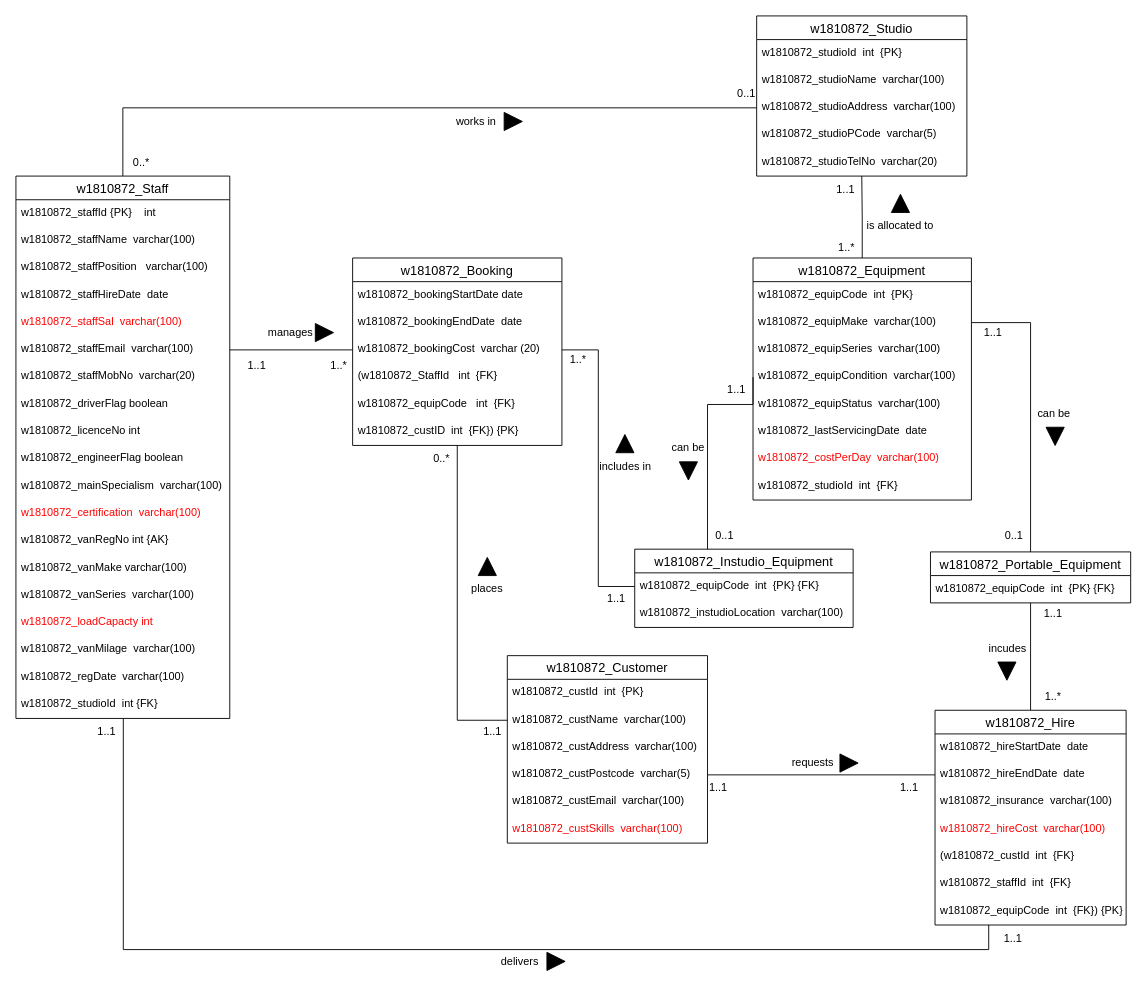
This is Part B/Part_B.drawio from ChitharaKarunasekera/DatabaseSystemsCoursework, a draw.io file, before an edit. Source tidied: cells renumbered, new cells numbered last; positions are measured from the earlier drawing's top-left corner, leaving out a move shared by most shapes. Both pictures are drawn from the tidied source at 91%, with x=0, y=0 at pixel (15, 15).
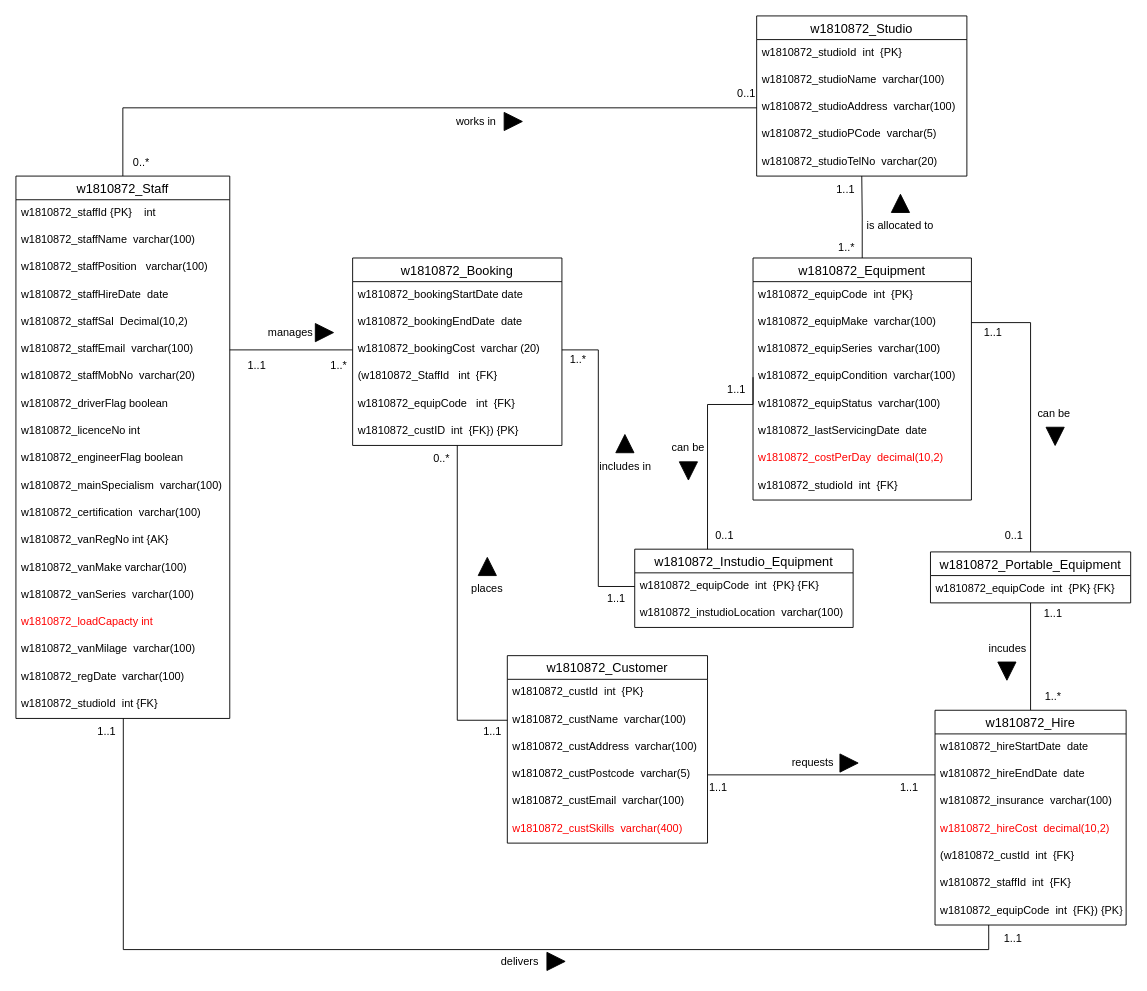
The same diagram, later.

Commit message:
changed data types

The change refers to these unchanged cells:
```xml
<mxCell id="3" value="w1810872_Staff" style="swimlane;fontStyle=0;horizontal=1;startSize=26;align=center;fontSize=14;" parent="1" vertex="1">
  <mxGeometry y="176" width="235" height="596" as="geometry" />
</mxCell>
<mxCell id="24" value="w1810872_Equipment" style="swimlane;fontStyle=0;horizontal=1;startSize=26;align=center;fontSize=14;fontColor=#000000;" parent="1" vertex="1">
  <mxGeometry x="810" y="266" width="240" height="266" as="geometry" />
</mxCell>
<mxCell id="49" value="w1810872_Customer" style="swimlane;fontStyle=0;horizontal=1;startSize=26;align=center;fontSize=14;fontColor=#000000;" parent="1" vertex="1">
  <mxGeometry x="540" y="703" width="220" height="206" as="geometry" />
</mxCell>
<mxCell id="77" value="w1810872_Hire" style="swimlane;fontStyle=0;horizontal=1;startSize=26;align=center;fontSize=14;fontColor=#000000;" parent="1" vertex="1">
  <mxGeometry x="1010" y="763" width="210" height="236" as="geometry" />
</mxCell>
```

What changed in the source:
```diff
@@
-    <mxCell id="8" value="w1810872_staffSal  varchar(100)" style="text;strokeColor=none;fillColor=none;spacingLeft=4;spacingRight=4;overflow=hidden;fontSize=12;fontColor=#FF0000;" parent="3" vertex="1">
+    <mxCell id="8" value="w1810872_staffSal  Decimal(10,2)" style="text;strokeColor=none;fillColor=none;spacingLeft=4;spacingRight=4;overflow=hidden;fontSize=12;fontColor=#000000;" parent="3" vertex="1">
       <mxGeometry y="146" width="235" height="30" as="geometry" />
     </mxCell>
@@
-    <mxCell id="15" value="w1810872_certification  varchar(100)" style="text;strokeColor=none;fillColor=none;spacingLeft=4;spacingRight=4;overflow=hidden;fontSize=12;fontColor=#FF0000;" parent="3" vertex="1">
+    <mxCell id="15" value="w1810872_certification  varchar(100)" style="text;strokeColor=none;fillColor=none;spacingLeft=4;spacingRight=4;overflow=hidden;fontSize=12;fontColor=#000000;" parent="3" vertex="1">
       <mxGeometry y="356" width="235" height="30" as="geometry" />
     </mxCell>
@@
-    <mxCell id="31" value="w1810872_costPerDay  varchar(100)" style="text;strokeColor=none;fillColor=none;spacingLeft=4;spacingRight=4;overflow=hidden;fontSize=12;fontColor=#FF0000;" parent="24" vertex="1">
+    <mxCell id="31" value="w1810872_costPerDay  decimal(10,2)" style="text;strokeColor=none;fillColor=none;spacingLeft=4;spacingRight=4;overflow=hidden;fontSize=12;fontColor=#FF0000;" parent="24" vertex="1">
       <mxGeometry y="206" width="240" height="30" as="geometry" />
     </mxCell>
@@
-    <mxCell id="55" value="w1810872_custSkills  varchar(100)" style="text;strokeColor=none;fillColor=none;spacingLeft=4;spacingRight=4;overflow=hidden;fontSize=12;fontColor=#FF0000;" parent="49" vertex="1">
+    <mxCell id="55" value="w1810872_custSkills  varchar(400)" style="text;strokeColor=none;fillColor=none;spacingLeft=4;spacingRight=4;overflow=hidden;fontSize=12;fontColor=#FF0000;" parent="49" vertex="1">
       <mxGeometry y="176" width="220" height="30" as="geometry" />
     </mxCell>
@@
-    <mxCell id="81" value="w1810872_hireCost  varchar(100)" style="text;strokeColor=none;fillColor=none;spacingLeft=4;spacingRight=4;overflow=hidden;fontSize=12;fontColor=#FF0000;" parent="77" vertex="1">
+    <mxCell id="81" value="w1810872_hireCost  decimal(10,2)" style="text;strokeColor=none;fillColor=none;spacingLeft=4;spacingRight=4;overflow=hidden;fontSize=12;fontColor=#FF0000;" parent="77" vertex="1">
       <mxGeometry y="116" width="210" height="30" as="geometry" />
     </mxCell>
```
